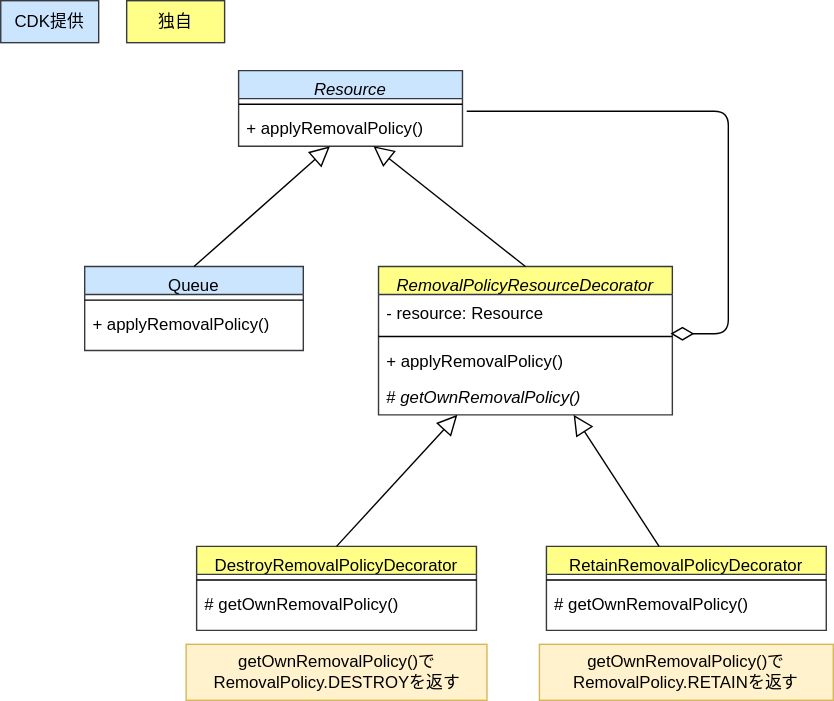
Earlier version of the draw.io export drawio/decorator/decorator_cdk.drawio.svg (go-to-k/cdk-gof-design-pattern). Source tidied: cells renumbered, new cells last; positions are measured from the earlier drawing's top-left corner, leaving out a move shared by most shapes.
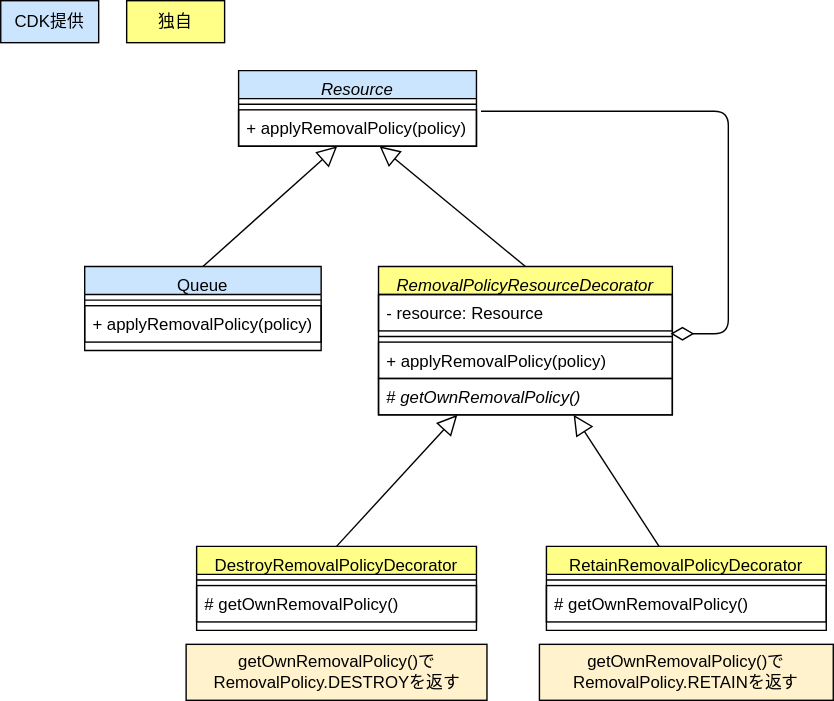
After the change.

The edit, as a diff of the source:
```diff
@@ -1,59 +1,59 @@
-<mxGraphModel>
+<mxGraphModel background="#ffffff">
   <root>
     <mxCell id="0" />
     <mxCell id="1" parent="0" />
-    <mxCell id="2" value="Queue" style="swimlane;fontStyle=0;align=center;verticalAlign=top;horizontal=1;startSize=20;rounded=0;shadow=0;strokeWidth=1;fillColor=#cce5ff;strokeColor=#36393d;" parent="1" vertex="1">
-      <mxGeometry x="60" y="190" width="156.2" height="60" as="geometry" />
+    <mxCell id="2" value="Queue" style="swimlane;fontStyle=0;align=center;verticalAlign=top;horizontal=1;startSize=20;rounded=0;shadow=0;strokeWidth=1;fillColor=#cce5ff;strokeColor=#000000;fontColor=#000000;" parent="1" vertex="1">
+      <mxGeometry x="60" y="190" width="169" height="60" as="geometry" />
     </mxCell>
-    <mxCell id="3" style="line;html=1;strokeWidth=1;align=left;verticalAlign=middle;spacingTop=-1;spacingLeft=3;spacingRight=3;labelPosition=right;" parent="2" vertex="1">
-      <mxGeometry y="20" width="156.2" height="8" as="geometry" />
+    <mxCell id="3" style="line;html=1;strokeWidth=1;align=left;verticalAlign=middle;spacingTop=-1;spacingLeft=3;spacingRight=3;labelPosition=right;strokeColor=#000000;fontColor=#000000;" parent="2" vertex="1">
+      <mxGeometry y="20" width="169" height="8" as="geometry" />
     </mxCell>
-    <mxCell id="4" value="+ applyRemovalPolicy()" style="text;strokeColor=none;fillColor=none;align=left;verticalAlign=top;spacingLeft=4;spacingRight=4;overflow=hidden;whiteSpace=wrap;html=1;" parent="2" vertex="1">
-      <mxGeometry y="28" width="156.2" height="26" as="geometry" />
+    <mxCell id="4" value="+ applyRemovalPolicy(policy)" style="text;strokeColor=#000000;fillColor=none;align=left;verticalAlign=top;spacingLeft=4;spacingRight=4;overflow=hidden;whiteSpace=wrap;html=1;fontColor=#000000;" parent="2" vertex="1">
+      <mxGeometry y="28" width="169" height="26" as="geometry" />
     </mxCell>
-    <mxCell id="5" value="RemovalPolicyResourceDecorator" style="swimlane;fontStyle=2;align=center;verticalAlign=top;horizontal=1;startSize=20;rounded=0;shadow=0;strokeWidth=1;fillColor=#ffff88;strokeColor=#36393d;" parent="1" vertex="1">
+    <mxCell id="5" value="RemovalPolicyResourceDecorator" style="swimlane;fontStyle=2;align=center;verticalAlign=top;horizontal=1;startSize=20;rounded=0;shadow=0;strokeWidth=1;fillColor=#ffff88;strokeColor=#000000;fontColor=#000000;" parent="1" vertex="1">
       <mxGeometry x="270" y="190" width="210" height="106" as="geometry" />
     </mxCell>
-    <mxCell id="6" value="- resource: Resource" style="text;strokeColor=none;fillColor=none;align=left;verticalAlign=top;spacingLeft=4;spacingRight=4;overflow=hidden;points=[[0,0.5],[1,0.5]];portConstraint=eastwest;whiteSpace=wrap;html=1;" parent="5" vertex="1">
+    <mxCell id="6" value="- resource: Resource" style="text;strokeColor=#000000;fillColor=none;align=left;verticalAlign=top;spacingLeft=4;spacingRight=4;overflow=hidden;points=[[0,0.5],[1,0.5]];portConstraint=eastwest;whiteSpace=wrap;html=1;fontColor=#000000;" parent="5" vertex="1">
       <mxGeometry y="20" width="210" height="26" as="geometry" />
     </mxCell>
-    <mxCell id="7" style="line;html=1;strokeWidth=1;align=left;verticalAlign=middle;spacingTop=-1;spacingLeft=3;spacingRight=3;labelPosition=right;" parent="5" vertex="1">
+    <mxCell id="7" style="line;html=1;strokeWidth=1;align=left;verticalAlign=middle;spacingTop=-1;spacingLeft=3;spacingRight=3;labelPosition=right;strokeColor=#000000;fontColor=#000000;" parent="5" vertex="1">
       <mxGeometry y="46" width="210" height="8" as="geometry" />
     </mxCell>
-    <mxCell id="8" value="+ applyRemovalPolicy()" style="text;strokeColor=none;fillColor=none;align=left;verticalAlign=top;spacingLeft=4;spacingRight=4;overflow=hidden;whiteSpace=wrap;html=1;" parent="5" vertex="1">
+    <mxCell id="8" value="+ applyRemovalPolicy(policy)" style="text;strokeColor=#000000;fillColor=none;align=left;verticalAlign=top;spacingLeft=4;spacingRight=4;overflow=hidden;whiteSpace=wrap;html=1;fontColor=#000000;" parent="5" vertex="1">
       <mxGeometry y="54" width="210" height="26" as="geometry" />
     </mxCell>
-    <mxCell id="9" value="#&lt;i&gt; getOwnRemovalPolicy()&lt;/i&gt;" style="text;strokeColor=none;fillColor=none;align=left;verticalAlign=top;spacingLeft=4;spacingRight=4;overflow=hidden;whiteSpace=wrap;html=1;" parent="5" vertex="1">
+    <mxCell id="9" value="#&lt;i&gt; getOwnRemovalPolicy()&lt;/i&gt;" style="text;strokeColor=#000000;fillColor=none;align=left;verticalAlign=top;spacingLeft=4;spacingRight=4;overflow=hidden;whiteSpace=wrap;html=1;fontColor=#000000;" parent="5" vertex="1">
       <mxGeometry y="80" width="210" height="26" as="geometry" />
     </mxCell>
-    <mxCell id="10" value="Resource" style="swimlane;fontStyle=2;align=center;verticalAlign=top;horizontal=1;startSize=20;rounded=0;shadow=0;strokeWidth=1;fillColor=#cce5ff;strokeColor=#36393d;" parent="1" vertex="1">
-      <mxGeometry x="170" y="50" width="160" height="54" as="geometry" />
+    <mxCell id="10" value="Resource" style="swimlane;fontStyle=2;align=center;verticalAlign=top;horizontal=1;startSize=20;rounded=0;shadow=0;strokeWidth=1;fillColor=#cce5ff;strokeColor=#000000;fontColor=#000000;" parent="1" vertex="1">
+      <mxGeometry x="170" y="50" width="170" height="54" as="geometry" />
     </mxCell>
-    <mxCell id="11" style="line;html=1;strokeWidth=1;align=left;verticalAlign=middle;spacingTop=-1;spacingLeft=3;spacingRight=3;labelPosition=right;" parent="10" vertex="1">
-      <mxGeometry y="20" width="160" height="8" as="geometry" />
+    <mxCell id="11" style="line;html=1;strokeWidth=1;align=left;verticalAlign=middle;spacingTop=-1;spacingLeft=3;spacingRight=3;labelPosition=right;strokeColor=#000000;fontColor=#000000;" parent="10" vertex="1">
+      <mxGeometry y="20" width="170" height="8" as="geometry" />
     </mxCell>
-    <mxCell id="12" value="+ applyRemovalPolicy()" style="text;strokeColor=none;fillColor=none;align=left;verticalAlign=top;spacingLeft=4;spacingRight=4;overflow=hidden;points=[[0,0.5],[1,0.5]];portConstraint=eastwest;whiteSpace=wrap;html=1;" parent="10" vertex="1">
-      <mxGeometry y="28" width="160" height="26" as="geometry" />
+    <mxCell id="12" value="+ applyRemovalPolicy(policy)" style="text;strokeColor=#000000;fillColor=none;align=left;verticalAlign=top;spacingLeft=4;spacingRight=4;overflow=hidden;points=[[0,0.5],[1,0.5]];portConstraint=eastwest;whiteSpace=wrap;html=1;fontColor=#000000;" parent="10" vertex="1">
+      <mxGeometry y="28" width="170" height="26" as="geometry" />
     </mxCell>
-    <mxCell id="13" style="endArrow=block;endFill=0;endSize=12;html=1;rounded=0;exitX=0.5;exitY=0;exitDx=0;exitDy=0;" parent="1" edge="1" source="5" target="12">
+    <mxCell id="13" style="endArrow=block;endFill=0;endSize=12;html=1;rounded=0;exitX=0.5;exitY=0;exitDx=0;exitDy=0;strokeColor=#000000;fontColor=#000000;" parent="1" edge="1" source="5" target="12">
       <mxGeometry relative="1" as="geometry" />
     </mxCell>
-    <mxCell id="14" style="endArrow=block;endFill=0;endSize=12;html=1;rounded=0;exitX=0.5;exitY=0;exitDx=0;exitDy=0;" parent="1" edge="1" source="2" target="12">
+    <mxCell id="14" style="endArrow=block;endFill=0;endSize=12;html=1;rounded=0;exitX=0.5;exitY=0;exitDx=0;exitDy=0;strokeColor=#000000;fontColor=#000000;" parent="1" edge="1" source="2" target="12">
       <mxGeometry relative="1" as="geometry" />
     </mxCell>
-    <mxCell id="15" value="DestroyRemovalPolicyDecorator" style="swimlane;fontStyle=0;align=center;verticalAlign=top;horizontal=1;startSize=20;rounded=0;shadow=0;strokeWidth=1;fillColor=#ffff88;strokeColor=#36393d;" parent="1" vertex="1">
+    <mxCell id="15" value="DestroyRemovalPolicyDecorator" style="swimlane;fontStyle=0;align=center;verticalAlign=top;horizontal=1;startSize=20;rounded=0;shadow=0;strokeWidth=1;fillColor=#ffff88;strokeColor=#000000;fontColor=#000000;" parent="1" vertex="1">
       <mxGeometry x="140" y="390" width="200" height="60" as="geometry" />
     </mxCell>
-    <mxCell id="16" style="line;html=1;strokeWidth=1;align=left;verticalAlign=middle;spacingTop=-1;spacingLeft=3;spacingRight=3;labelPosition=right;" parent="15" vertex="1">
+    <mxCell id="16" style="line;html=1;strokeWidth=1;align=left;verticalAlign=middle;spacingTop=-1;spacingLeft=3;spacingRight=3;labelPosition=right;strokeColor=#000000;fontColor=#000000;" parent="15" vertex="1">
       <mxGeometry y="20" width="200" height="8" as="geometry" />
     </mxCell>
-    <mxCell id="17" value="# getOwnRemovalPolicy()" style="text;strokeColor=none;fillColor=none;align=left;verticalAlign=top;spacingLeft=4;spacingRight=4;overflow=hidden;whiteSpace=wrap;html=1;" parent="15" vertex="1">
+    <mxCell id="17" value="# getOwnRemovalPolicy()" style="text;strokeColor=#000000;fillColor=none;align=left;verticalAlign=top;spacingLeft=4;spacingRight=4;overflow=hidden;whiteSpace=wrap;html=1;fontColor=#000000;" parent="15" vertex="1">
       <mxGeometry y="28" width="200" height="26" as="geometry" />
     </mxCell>
-    <mxCell id="18" style="endArrow=block;endFill=0;endSize=12;html=1;rounded=0;exitX=0.5;exitY=0;exitDx=0;exitDy=0;" parent="1" edge="1" source="15" target="5">
+    <mxCell id="18" style="endArrow=block;endFill=0;endSize=12;html=1;rounded=0;exitX=0.5;exitY=0;exitDx=0;exitDy=0;strokeColor=#000000;fontColor=#000000;" parent="1" edge="1" source="15" target="5">
       <mxGeometry relative="1" as="geometry" />
     </mxCell>
-    <mxCell id="19" style="endArrow=none;html=1;endSize=12;startArrow=diamondThin;startSize=14;startFill=0;edgeStyle=orthogonalEdgeStyle;align=left;verticalAlign=bottom;exitX=0.994;exitY=1.077;exitDx=0;exitDy=0;exitPerimeter=0;entryX=1.019;entryY=0.038;entryDx=0;entryDy=0;entryPerimeter=0;endFill=0;" parent="1" edge="1" source="6" target="12">
+    <mxCell id="19" style="endArrow=none;html=1;endSize=12;startArrow=diamondThin;startSize=14;startFill=0;edgeStyle=orthogonalEdgeStyle;align=left;verticalAlign=bottom;exitX=0.994;exitY=1.077;exitDx=0;exitDy=0;exitPerimeter=0;entryX=1.019;entryY=0.038;entryDx=0;entryDy=0;entryPerimeter=0;endFill=0;strokeColor=#000000;fontColor=#000000;" parent="1" edge="1" source="6" target="12">
       <mxGeometry x="-1" y="3" relative="1" as="geometry">
         <Array as="points">
           <mxPoint x="520" y="238" />
@@ -61,28 +61,28 @@
         </Array>
       </mxGeometry>
     </mxCell>
-    <mxCell id="20" value="RetainRemovalPolicyDecorator" style="swimlane;fontStyle=0;align=center;verticalAlign=top;horizontal=1;startSize=20;rounded=0;shadow=0;strokeWidth=1;fillColor=#ffff88;strokeColor=#36393d;" parent="1" vertex="1">
+    <mxCell id="20" value="RetainRemovalPolicyDecorator" style="swimlane;fontStyle=0;align=center;verticalAlign=top;horizontal=1;startSize=20;rounded=0;shadow=0;strokeWidth=1;fillColor=#ffff88;strokeColor=#000000;fontColor=#000000;" parent="1" vertex="1">
       <mxGeometry x="390" y="390" width="200" height="60" as="geometry" />
     </mxCell>
-    <mxCell id="21" style="line;html=1;strokeWidth=1;align=left;verticalAlign=middle;spacingTop=-1;spacingLeft=3;spacingRight=3;labelPosition=right;" parent="20" vertex="1">
+    <mxCell id="21" style="line;html=1;strokeWidth=1;align=left;verticalAlign=middle;spacingTop=-1;spacingLeft=3;spacingRight=3;labelPosition=right;strokeColor=#000000;fontColor=#000000;" parent="20" vertex="1">
       <mxGeometry y="20" width="200" height="8" as="geometry" />
     </mxCell>
-    <mxCell id="22" value="# getOwnRemovalPolicy()" style="text;strokeColor=none;fillColor=none;align=left;verticalAlign=top;spacingLeft=4;spacingRight=4;overflow=hidden;whiteSpace=wrap;html=1;" parent="20" vertex="1">
+    <mxCell id="22" value="# getOwnRemovalPolicy()" style="text;strokeColor=#000000;fillColor=none;align=left;verticalAlign=top;spacingLeft=4;spacingRight=4;overflow=hidden;whiteSpace=wrap;html=1;fontColor=#000000;" parent="20" vertex="1">
       <mxGeometry y="28" width="200" height="26" as="geometry" />
     </mxCell>
-    <mxCell id="23" style="endArrow=block;endFill=0;endSize=12;html=1;rounded=0;" parent="1" edge="1" source="20" target="5">
+    <mxCell id="23" style="endArrow=block;endFill=0;endSize=12;html=1;rounded=0;strokeColor=#000000;fontColor=#000000;" parent="1" edge="1" source="20" target="5">
       <mxGeometry relative="1" as="geometry" />
     </mxCell>
-    <mxCell id="24" value="getOwnRemovalPolicy()でRemovalPolicy.RETAINを返す" style="text;html=1;strokeColor=#d6b656;fillColor=#fff2cc;align=center;verticalAlign=middle;whiteSpace=wrap;rounded=0;fontColor=#000000;" parent="1" vertex="1">
+    <mxCell id="24" value="getOwnRemovalPolicy()でRemovalPolicy.RETAINを返す" style="text;html=1;strokeColor=#000000;fillColor=#fff2cc;align=center;verticalAlign=middle;whiteSpace=wrap;rounded=0;fontColor=#000000;" parent="1" vertex="1">
       <mxGeometry x="385" y="460" width="210" height="40" as="geometry" />
     </mxCell>
-    <mxCell id="25" value="getOwnRemovalPolicy()でRemovalPolicy.DESTROYを返す" style="text;html=1;strokeColor=#d6b656;fillColor=#fff2cc;align=center;verticalAlign=middle;whiteSpace=wrap;rounded=0;fontColor=#000000;" parent="1" vertex="1">
+    <mxCell id="25" value="getOwnRemovalPolicy()でRemovalPolicy.DESTROYを返す" style="text;html=1;strokeColor=#000000;fillColor=#fff2cc;align=center;verticalAlign=middle;whiteSpace=wrap;rounded=0;fontColor=#000000;" parent="1" vertex="1">
       <mxGeometry x="132.5" y="460" width="215" height="40" as="geometry" />
     </mxCell>
-    <mxCell id="26" value="独自" style="rounded=0;whiteSpace=wrap;html=1;fillColor=#ffff88;strokeColor=#36393d;" parent="1" vertex="1">
+    <mxCell id="26" value="独自" style="rounded=0;whiteSpace=wrap;html=1;fillColor=#ffff88;strokeColor=#000000;fontColor=#000000;" parent="1" vertex="1">
       <mxGeometry x="90" width="70" height="30" as="geometry" />
     </mxCell>
-    <mxCell id="27" value="CDK提供" style="rounded=0;whiteSpace=wrap;html=1;fillColor=#cce5ff;strokeColor=#36393d;" parent="1" vertex="1">
+    <mxCell id="27" value="CDK提供" style="rounded=0;whiteSpace=wrap;html=1;fillColor=#cce5ff;strokeColor=#000000;fontColor=#000000;" parent="1" vertex="1">
       <mxGeometry width="70" height="30" as="geometry" />
     </mxCell>
   </root>
```
